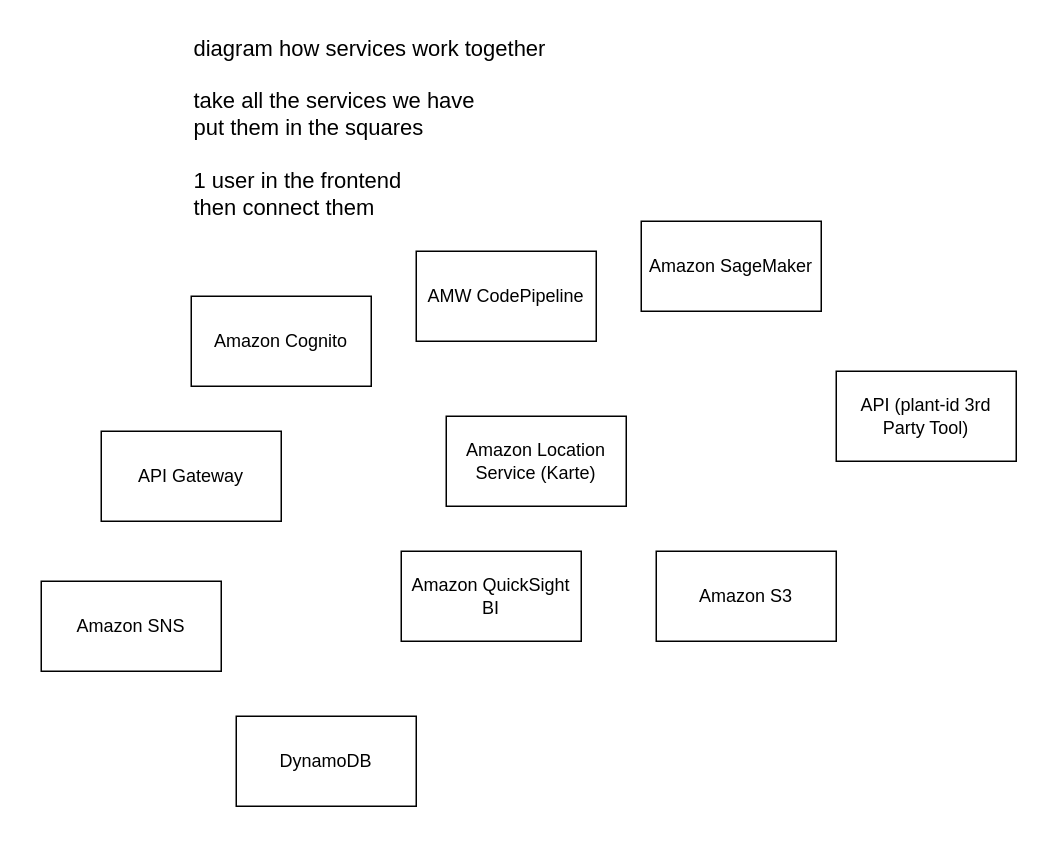
Above: pollenwatch.drawio in adriennhorvath/architecture (draw.io), before the change. Source tidied: cells renumbered, new cells numbered last; positions are measured from the earlier drawing's top-left corner, leaving out a move shared by most shapes. Both pictures are drawn from the tidied source at 150%, with x=0, y=0 at pixel (40, 26).
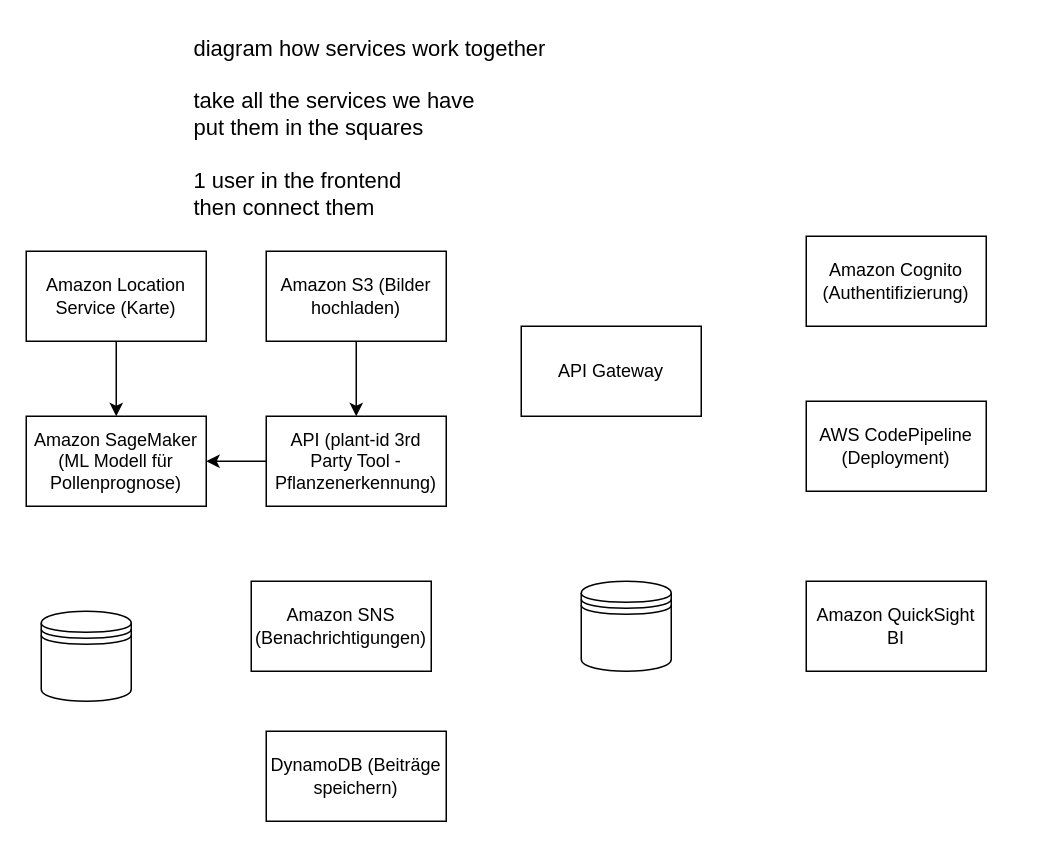
Above is the later version.

The edit, as a diff of the source:
```diff
@@
 <mxGraphModel>
   <root>
     <mxCell id="0" />
     <mxCell id="1" parent="0" />
     <mxCell id="2" value="&lt;font face=&quot;Arial, sans-serif&quot;&gt;&lt;span style=&quot;font-size: 14.666667px; white-space-collapse: preserve;&quot;&gt;diagram how services work together&lt;/span&gt;&lt;/font&gt;&lt;div&gt;&lt;font face=&quot;Arial, sans-serif&quot;&gt;&lt;span style=&quot;font-size: 14.666667px; white-space-collapse: preserve;&quot;&gt;&lt;br&gt;&lt;/span&gt;&lt;/font&gt;&lt;/div&gt;&lt;div&gt;&lt;font face=&quot;Arial, sans-serif&quot;&gt;&lt;span style=&quot;font-size: 14.666667px; white-space-collapse: preserve;&quot;&gt;take all the services we have&lt;/span&gt;&lt;/font&gt;&lt;/div&gt;&lt;div&gt;&lt;font face=&quot;Arial, sans-serif&quot;&gt;&lt;span style=&quot;font-size: 14.666667px; white-space-collapse: preserve;&quot;&gt;put them in the squares&lt;/span&gt;&lt;/font&gt;&lt;/div&gt;&lt;div&gt;&lt;font face=&quot;Arial, sans-serif&quot;&gt;&lt;span style=&quot;font-size: 14.666667px; white-space-collapse: preserve;&quot;&gt;&lt;br&gt;&lt;/span&gt;&lt;/font&gt;&lt;/div&gt;&lt;div&gt;&lt;font face=&quot;Arial, sans-serif&quot;&gt;&lt;span style=&quot;font-size: 14.666667px; white-space-collapse: preserve;&quot;&gt;1 user in the frontend&lt;/span&gt;&lt;/font&gt;&lt;/div&gt;&lt;div&gt;&lt;font face=&quot;Arial, sans-serif&quot;&gt;&lt;span style=&quot;font-size: 14.666667px; white-space-collapse: preserve;&quot;&gt;then connect them&lt;/span&gt;&lt;/font&gt;&lt;/div&gt;" style="text;whiteSpace=wrap;html=1;" parent="1" vertex="1">
       <mxGeometry x="100" width="560" height="140" as="geometry" />
     </mxCell>
+    <mxCell id="13" style="edgeStyle=orthogonalEdgeStyle;rounded=0;jettySize=auto;html=1;exitX=0.5;exitY=1;exitDx=0;exitDy=0;" parent="1" edge="1" source="3" target="8">
+      <mxGeometry relative="1" as="geometry" />
+    </mxCell>
     <mxCell id="3" value="Amazon Location Service (Karte)" style="rounded=0;whiteSpace=wrap;html=1;" parent="1" vertex="1">
-      <mxGeometry x="270" y="260" width="120" height="60" as="geometry" />
+      <mxGeometry x="-10" y="150" width="120" height="60" as="geometry" />
     </mxCell>
     <mxCell id="4" value="API Gateway" style="rounded=0;whiteSpace=wrap;html=1;" parent="1" vertex="1">
-      <mxGeometry x="40" y="270" width="120" height="60" as="geometry" />
+      <mxGeometry x="320" y="200" width="120" height="60" as="geometry" />
     </mxCell>
-    <mxCell id="5" value="DynamoDB" style="rounded=0;whiteSpace=wrap;html=1;" parent="1" vertex="1">
-      <mxGeometry x="130" y="460" width="120" height="60" as="geometry" />
+    <mxCell id="5" value="DynamoDB (Beiträge speichern)" style="rounded=0;whiteSpace=wrap;html=1;" parent="1" vertex="1">
+      <mxGeometry x="150" y="470" width="120" height="60" as="geometry" />
     </mxCell>
+    <mxCell id="14" style="edgeStyle=orthogonalEdgeStyle;rounded=0;jettySize=auto;html=1;exitX=0.5;exitY=1;exitDx=0;exitDy=0;entryX=0.5;entryY=0;entryDx=0;entryDy=0;" parent="1" edge="1" source="6" target="7">
+      <mxGeometry relative="1" as="geometry" />
+    </mxCell>
-    <mxCell id="6" value="Amazon S3" style="rounded=0;whiteSpace=wrap;html=1;" parent="1" vertex="1">
-      <mxGeometry x="410" y="350" width="120" height="60" as="geometry" />
+    <mxCell id="6" value="Amazon S3 (Bilder hochladen)" style="rounded=0;whiteSpace=wrap;html=1;" parent="1" vertex="1">
+      <mxGeometry x="150" y="150" width="120" height="60" as="geometry" />
     </mxCell>
+    <mxCell id="15" style="edgeStyle=orthogonalEdgeStyle;rounded=0;jettySize=auto;html=1;exitX=0;exitY=0.5;exitDx=0;exitDy=0;entryX=1;entryY=0.5;entryDx=0;entryDy=0;" parent="1" edge="1" source="7" target="8">
+      <mxGeometry relative="1" as="geometry" />
+    </mxCell>
-    <mxCell id="7" value="API (plant-id 3rd Party Tool)" style="rounded=0;whiteSpace=wrap;html=1;" parent="1" vertex="1">
-      <mxGeometry x="530" y="230" width="120" height="60" as="geometry" />
+    <mxCell id="7" value="API (plant-id 3rd Party Tool - Pflanzenerkennung)" style="rounded=0;whiteSpace=wrap;html=1;" parent="1" vertex="1">
+      <mxGeometry x="150" y="260" width="120" height="60" as="geometry" />
     </mxCell>
-    <mxCell id="8" value="Amazon SageMaker" style="rounded=0;whiteSpace=wrap;html=1;" parent="1" vertex="1">
-      <mxGeometry x="400" y="130" width="120" height="60" as="geometry" />
+    <mxCell id="8" value="Amazon SageMaker (ML Modell für Pollenprognose)" style="rounded=0;whiteSpace=wrap;html=1;" parent="1" vertex="1">
+      <mxGeometry x="-10" y="260" width="120" height="60" as="geometry" />
     </mxCell>
-    <mxCell id="9" value="Amazon Cognito" style="rounded=0;whiteSpace=wrap;html=1;" parent="1" vertex="1">
-      <mxGeometry x="100" y="180" width="120" height="60" as="geometry" />
+    <mxCell id="9" value="Amazon Cognito (Authentifizierung)" style="rounded=0;whiteSpace=wrap;html=1;" parent="1" vertex="1">
+      <mxGeometry x="510" y="140" width="120" height="60" as="geometry" />
     </mxCell>
-    <mxCell id="10" value="Amazon SNS" style="rounded=0;whiteSpace=wrap;html=1;" parent="1" vertex="1">
-      <mxGeometry y="370" width="120" height="60" as="geometry" />
+    <mxCell id="10" value="Amazon SNS (Benachrichtigungen)" style="rounded=0;whiteSpace=wrap;html=1;" parent="1" vertex="1">
+      <mxGeometry x="140" y="370" width="120" height="60" as="geometry" />
     </mxCell>
     <mxCell id="11" value="Amazon QuickSight BI" style="rounded=0;whiteSpace=wrap;html=1;" parent="1" vertex="1">
-      <mxGeometry x="240" y="350" width="120" height="60" as="geometry" />
+      <mxGeometry x="510" y="370" width="120" height="60" as="geometry" />
     </mxCell>
-    <mxCell id="12" value="AMW CodePipeline" style="rounded=0;whiteSpace=wrap;html=1;" parent="1" vertex="1">
-      <mxGeometry x="250" y="150" width="120" height="60" as="geometry" />
+    <mxCell id="12" value="AWS CodePipeline (Deployment)" style="rounded=0;whiteSpace=wrap;html=1;" parent="1" vertex="1">
+      <mxGeometry x="510" y="250" width="120" height="60" as="geometry" />
     </mxCell>
+    <mxCell id="16" style="shape=datastore;whiteSpace=wrap;html=1;" parent="1" vertex="1">
+      <mxGeometry y="390" width="60" height="60" as="geometry" />
+    </mxCell>
+    <mxCell id="17" style="shape=datastore;whiteSpace=wrap;html=1;" parent="1" vertex="1">
+      <mxGeometry x="360" y="370" width="60" height="60" as="geometry" />
+    </mxCell>
   </root>
 </mxGraphModel>
```
